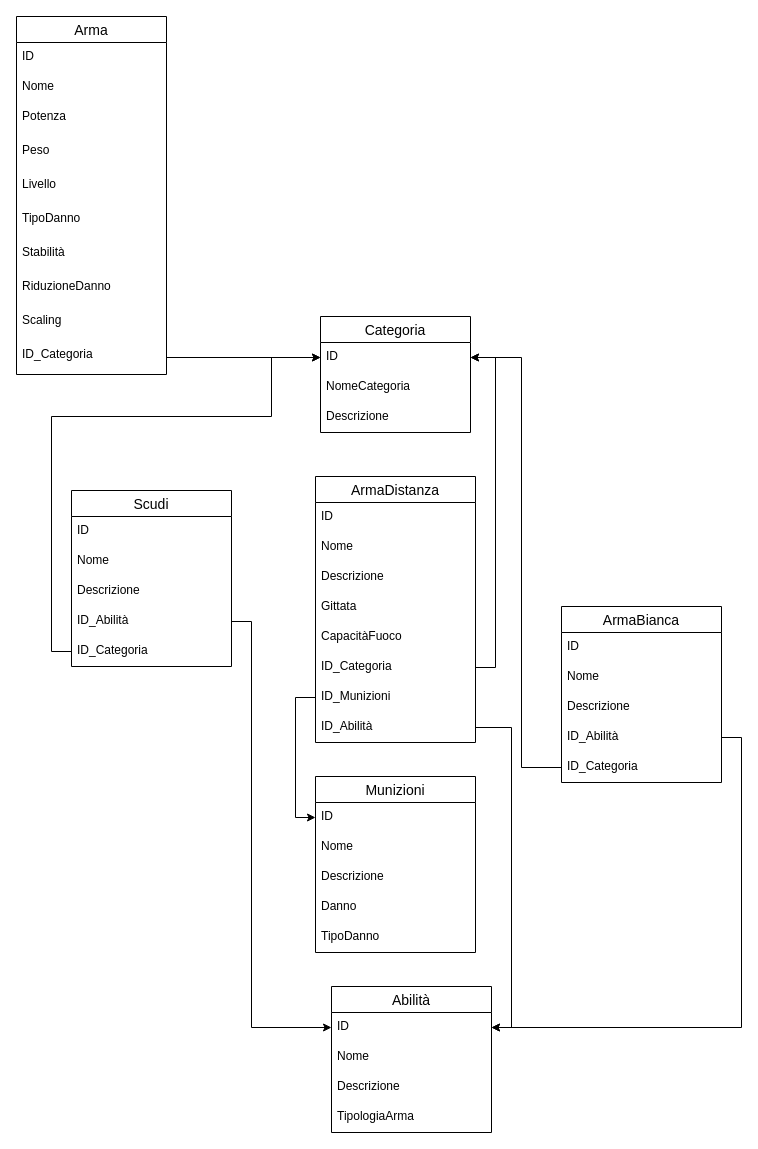
Earlier version of the draw.io diagram page "DIAGRAMMA LOGICO" (2 of 3) of resources/DIAGRAMMA_ARMI.drawio (mauromado/CatalogoSpade). Source tidied: cells renumbered, new cells numbered last; positions are measured from the earlier drawing's top-left corner, leaving out a move shared by most shapes. Both pictures are drawn from the tidied source at 100%, with x=0, y=0 at pixel (16, 16).
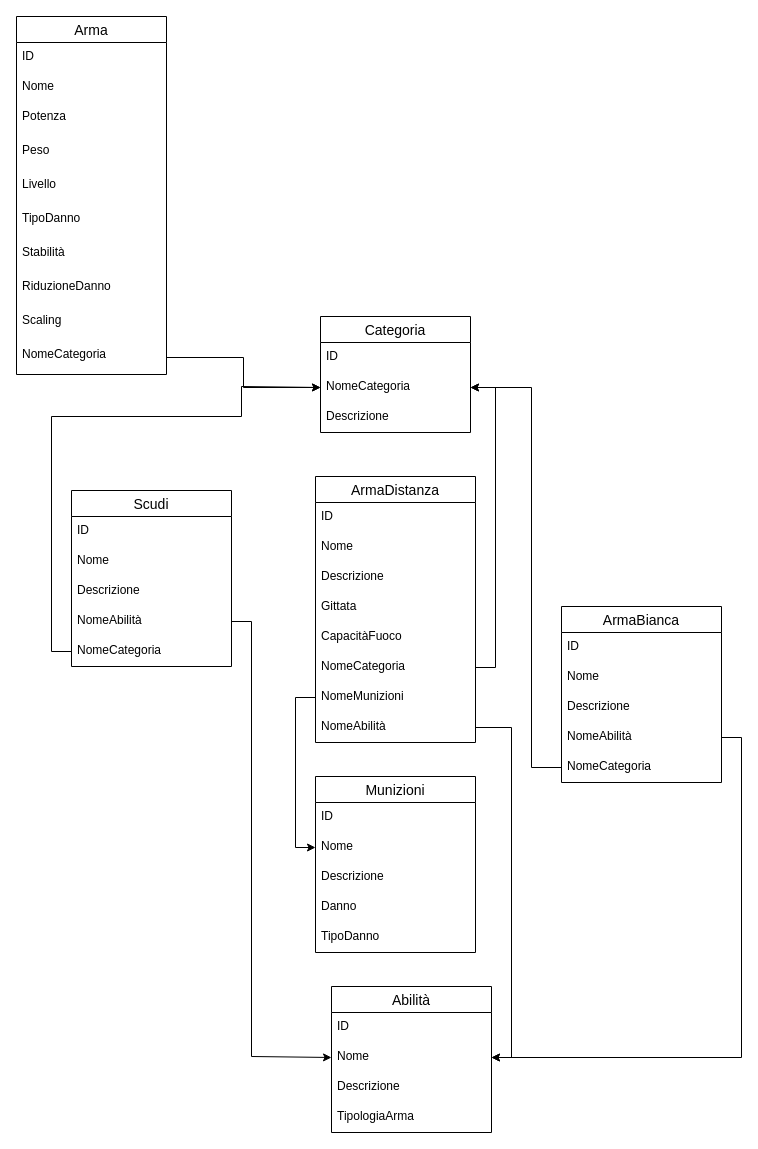
The same diagram, later.

Unchanged cells that the change refers to:
```xml
<mxCell id="2" value="Arma" style="swimlane;fontStyle=0;horizontal=1;startSize=26;align=center;fontSize=14;" parent="1" vertex="1">
  <mxGeometry width="150" height="358" as="geometry" />
</mxCell>
<mxCell id="14" value="ID" style="text;strokeColor=none;fillColor=none;spacingLeft=4;spacingRight=4;overflow=hidden;points=[[0,0.5],[1,0.5]];portConstraint=eastwest;fontSize=12;" parent="13" vertex="1">
  <mxGeometry y="26" width="150" height="30" as="geometry" />
</mxCell>
<mxCell id="15" value="NomeCategoria" style="text;strokeColor=none;fillColor=none;spacingLeft=4;spacingRight=4;overflow=hidden;points=[[0,0.5],[1,0.5]];portConstraint=eastwest;fontSize=12;" parent="13" vertex="1">
  <mxGeometry y="56" width="150" height="30" as="geometry" />
</mxCell>
<mxCell id="18" value="Scudi" style="swimlane;fontStyle=0;horizontal=1;startSize=26;align=center;fontSize=14;" parent="1" vertex="1">
  <mxGeometry x="55" y="474" width="160" height="176" as="geometry" />
</mxCell>
<mxCell id="24" value="ArmaBianca" style="swimlane;fontStyle=0;horizontal=1;startSize=26;align=center;fontSize=14;" parent="1" vertex="1">
  <mxGeometry x="545" y="590" width="160" height="176" as="geometry" />
</mxCell>
<mxCell id="30" value="ArmaDistanza" style="swimlane;fontStyle=0;horizontal=1;startSize=26;align=center;fontSize=14;" parent="1" vertex="1">
  <mxGeometry x="299" y="460" width="160" height="266" as="geometry" />
</mxCell>
<mxCell id="40" value="ID" style="text;strokeColor=none;fillColor=none;spacingLeft=4;spacingRight=4;overflow=hidden;points=[[0,0.5],[1,0.5]];portConstraint=eastwest;fontSize=12;" parent="39" vertex="1">
  <mxGeometry y="26" width="160" height="30" as="geometry" />
</mxCell>
<mxCell id="41" value="Nome" style="text;strokeColor=none;fillColor=none;spacingLeft=4;spacingRight=4;overflow=hidden;points=[[0,0.5],[1,0.5]];portConstraint=eastwest;fontSize=12;" parent="39" vertex="1">
  <mxGeometry y="56" width="160" height="30" as="geometry" />
</mxCell>
<mxCell id="47" value="ID" style="text;strokeColor=none;fillColor=none;spacingLeft=4;spacingRight=4;overflow=hidden;points=[[0,0.5],[1,0.5]];portConstraint=eastwest;fontSize=12;" parent="46" vertex="1">
  <mxGeometry y="26" width="160" height="30" as="geometry" />
</mxCell>
<mxCell id="48" value="Nome" style="text;strokeColor=none;fillColor=none;spacingLeft=4;spacingRight=4;overflow=hidden;points=[[0,0.5],[1,0.5]];portConstraint=eastwest;fontSize=12;" parent="46" vertex="1">
  <mxGeometry y="56" width="160" height="30" as="geometry" />
</mxCell>
```

Diff of the diagram source:
```diff
@@
-    <mxCell id="12" value="ID_Categoria" style="text;strokeColor=none;fillColor=none;spacingLeft=4;spacingRight=4;overflow=hidden;points=[[0,0.5],[1,0.5]];portConstraint=eastwest;fontSize=12;" parent="2" vertex="1">
+    <mxCell id="12" value="NomeCategoria" style="text;strokeColor=none;fillColor=none;spacingLeft=4;spacingRight=4;overflow=hidden;points=[[0,0.5],[1,0.5]];portConstraint=eastwest;fontSize=12;" parent="2" vertex="1">
       <mxGeometry y="324" width="150" height="34" as="geometry" />
     </mxCell>
@@
-    <mxCell id="17" style="edgeStyle=orthogonalEdgeStyle;rounded=0;jettySize=auto;html=1;entryX=0;entryY=0.5;entryDx=0;entryDy=0;" parent="1" edge="1" source="12" target="14">
-      <mxGeometry relative="1" as="geometry" />
+    <mxCell id="17" style="edgeStyle=orthogonalEdgeStyle;rounded=0;jettySize=auto;html=1;entryX=0;entryY=0.5;entryDx=0;entryDy=0;" parent="1" edge="1" source="12" target="15">
+      <mxGeometry relative="1" as="geometry">
+        <Array as="points">
+          <mxPoint x="227" y="341" />
+          <mxPoint x="227" y="371" />
+        </Array>
+      </mxGeometry>
     </mxCell>
@@
-    <mxCell id="22" value="ID_Abilità" style="text;strokeColor=none;fillColor=none;spacingLeft=4;spacingRight=4;overflow=hidden;points=[[0,0.5],[1,0.5]];portConstraint=eastwest;fontSize=12;" parent="18" vertex="1">
+    <mxCell id="22" value="NomeAbilità" style="text;strokeColor=none;fillColor=none;spacingLeft=4;spacingRight=4;overflow=hidden;points=[[0,0.5],[1,0.5]];portConstraint=eastwest;fontSize=12;" parent="18" vertex="1">
       <mxGeometry y="116" width="160" height="30" as="geometry" />
     </mxCell>
-    <mxCell id="23" value="ID_Categoria" style="text;strokeColor=none;fillColor=none;spacingLeft=4;spacingRight=4;overflow=hidden;points=[[0,0.5],[1,0.5]];portConstraint=eastwest;fontSize=12;" parent="18" vertex="1">
+    <mxCell id="23" value="NomeCategoria" style="text;strokeColor=none;fillColor=none;spacingLeft=4;spacingRight=4;overflow=hidden;points=[[0,0.5],[1,0.5]];portConstraint=eastwest;fontSize=12;" parent="18" vertex="1">
       <mxGeometry y="146" width="160" height="30" as="geometry" />
     </mxCell>
@@
-    <mxCell id="28" value="ID_Abilità" style="text;strokeColor=none;fillColor=none;spacingLeft=4;spacingRight=4;overflow=hidden;points=[[0,0.5],[1,0.5]];portConstraint=eastwest;fontSize=12;" parent="24" vertex="1">
+    <mxCell id="28" value="NomeAbilità" style="text;strokeColor=none;fillColor=none;spacingLeft=4;spacingRight=4;overflow=hidden;points=[[0,0.5],[1,0.5]];portConstraint=eastwest;fontSize=12;" parent="24" vertex="1">
       <mxGeometry y="116" width="160" height="30" as="geometry" />
     </mxCell>
-    <mxCell id="29" value="ID_Categoria" style="text;strokeColor=none;fillColor=none;spacingLeft=4;spacingRight=4;overflow=hidden;points=[[0,0.5],[1,0.5]];portConstraint=eastwest;fontSize=12;" parent="24" vertex="1">
+    <mxCell id="29" value="NomeCategoria" style="text;strokeColor=none;fillColor=none;spacingLeft=4;spacingRight=4;overflow=hidden;points=[[0,0.5],[1,0.5]];portConstraint=eastwest;fontSize=12;" parent="24" vertex="1">
       <mxGeometry y="146" width="160" height="30" as="geometry" />
     </mxCell>
@@
-    <mxCell id="36" value="ID_Categoria" style="text;strokeColor=none;fillColor=none;spacingLeft=4;spacingRight=4;overflow=hidden;points=[[0,0.5],[1,0.5]];portConstraint=eastwest;fontSize=12;" parent="30" vertex="1">
+    <mxCell id="36" value="NomeCategoria" style="text;strokeColor=none;fillColor=none;spacingLeft=4;spacingRight=4;overflow=hidden;points=[[0,0.5],[1,0.5]];portConstraint=eastwest;fontSize=12;" parent="30" vertex="1">
       <mxGeometry y="176" width="160" height="30" as="geometry" />
     </mxCell>
-    <mxCell id="37" value="ID_Munizioni" style="text;strokeColor=none;fillColor=none;spacingLeft=4;spacingRight=4;overflow=hidden;points=[[0,0.5],[1,0.5]];portConstraint=eastwest;fontSize=12;" parent="30" vertex="1">
+    <mxCell id="37" value="NomeMunizioni" style="text;strokeColor=none;fillColor=none;spacingLeft=4;spacingRight=4;overflow=hidden;points=[[0,0.5],[1,0.5]];portConstraint=eastwest;fontSize=12;" parent="30" vertex="1">
       <mxGeometry y="206" width="160" height="30" as="geometry" />
     </mxCell>
-    <mxCell id="38" value="ID_Abilità" style="text;strokeColor=none;fillColor=none;spacingLeft=4;spacingRight=4;overflow=hidden;points=[[0,0.5],[1,0.5]];portConstraint=eastwest;fontSize=12;" parent="30" vertex="1">
+    <mxCell id="38" value="NomeAbilità" style="text;strokeColor=none;fillColor=none;spacingLeft=4;spacingRight=4;overflow=hidden;points=[[0,0.5],[1,0.5]];portConstraint=eastwest;fontSize=12;" parent="30" vertex="1">
       <mxGeometry y="236" width="160" height="30" as="geometry" />
     </mxCell>
@@
-    <mxCell id="45" style="edgeStyle=orthogonalEdgeStyle;rounded=0;jettySize=auto;html=1;entryX=0;entryY=0.5;entryDx=0;entryDy=0;" parent="1" edge="1" source="37" target="40">
+    <mxCell id="45" style="edgeStyle=orthogonalEdgeStyle;rounded=0;jettySize=auto;html=1;entryX=0;entryY=0.5;entryDx=0;entryDy=0;" parent="1" edge="1" source="37" target="41">
       <mxGeometry relative="1" as="geometry" />
     </mxCell>
@@
-    <mxCell id="51" style="edgeStyle=orthogonalEdgeStyle;rounded=0;jettySize=auto;html=1;exitX=1;exitY=0.5;exitDx=0;exitDy=0;entryX=0;entryY=0.5;entryDx=0;entryDy=0;" parent="1" edge="1" source="22" target="47">
+    <mxCell id="51" style="edgeStyle=orthogonalEdgeStyle;rounded=0;jettySize=auto;html=1;exitX=1;exitY=0.5;exitDx=0;exitDy=0;entryX=0;entryY=0.5;entryDx=0;entryDy=0;" parent="1" edge="1" source="22" target="48">
       <mxGeometry relative="1" as="geometry">
         <Array as="points">
           <mxPoint x="235" y="605" />
-          <mxPoint x="235" y="1011" />
+          <mxPoint x="235" y="1040" />
         </Array>
       </mxGeometry>
     </mxCell>
-    <mxCell id="52" style="edgeStyle=orthogonalEdgeStyle;rounded=0;jettySize=auto;html=1;exitX=1;exitY=0.5;exitDx=0;exitDy=0;entryX=1;entryY=0.5;entryDx=0;entryDy=0;" parent="1" edge="1" source="38" target="47">
+    <mxCell id="52" style="edgeStyle=orthogonalEdgeStyle;rounded=0;jettySize=auto;html=1;exitX=1;exitY=0.5;exitDx=0;exitDy=0;entryX=1;entryY=0.5;entryDx=0;entryDy=0;" parent="1" edge="1" source="38" target="48">
       <mxGeometry relative="1" as="geometry" />
     </mxCell>
-    <mxCell id="53" style="edgeStyle=orthogonalEdgeStyle;rounded=0;jettySize=auto;html=1;exitX=1;exitY=0.5;exitDx=0;exitDy=0;entryX=1;entryY=0.5;entryDx=0;entryDy=0;" parent="1" edge="1" source="28" target="47">
+    <mxCell id="53" style="edgeStyle=orthogonalEdgeStyle;rounded=0;jettySize=auto;html=1;exitX=1;exitY=0.5;exitDx=0;exitDy=0;entryX=1;entryY=0.5;entryDx=0;entryDy=0;" parent="1" edge="1" source="28" target="48">
       <mxGeometry relative="1" as="geometry" />
     </mxCell>
-    <mxCell id="54" style="edgeStyle=orthogonalEdgeStyle;rounded=0;jettySize=auto;html=1;exitX=0;exitY=0.5;exitDx=0;exitDy=0;entryX=0;entryY=0.5;entryDx=0;entryDy=0;" parent="1" edge="1" source="23" target="14">
+    <mxCell id="54" style="edgeStyle=orthogonalEdgeStyle;rounded=0;jettySize=auto;html=1;exitX=0;exitY=0.5;exitDx=0;exitDy=0;entryX=0;entryY=0.5;entryDx=0;entryDy=0;" parent="1" edge="1" source="23" target="15">
       <mxGeometry relative="1" as="geometry">
         <Array as="points">
           <mxPoint x="35" y="635" />
           <mxPoint x="35" y="400" />
-          <mxPoint x="255" y="400" />
-          <mxPoint x="255" y="341" />
+          <mxPoint x="225" y="400" />
+          <mxPoint x="225" y="370" />
         </Array>
       </mxGeometry>
     </mxCell>
-    <mxCell id="55" style="edgeStyle=orthogonalEdgeStyle;rounded=0;jettySize=auto;html=1;exitX=1;exitY=0.5;exitDx=0;exitDy=0;entryX=1;entryY=0.5;entryDx=0;entryDy=0;" parent="1" edge="1" source="36" target="14">
+    <mxCell id="55" style="edgeStyle=orthogonalEdgeStyle;rounded=0;jettySize=auto;html=1;exitX=1;exitY=0.5;exitDx=0;exitDy=0;entryX=1;entryY=0.5;entryDx=0;entryDy=0;" parent="1" edge="1" source="36" target="15">
       <mxGeometry relative="1" as="geometry" />
     </mxCell>
-    <mxCell id="56" style="edgeStyle=orthogonalEdgeStyle;rounded=0;jettySize=auto;html=1;exitX=0;exitY=0.5;exitDx=0;exitDy=0;entryX=1;entryY=0.5;entryDx=0;entryDy=0;" parent="1" edge="1" source="29" target="14">
+    <mxCell id="56" style="edgeStyle=orthogonalEdgeStyle;rounded=0;jettySize=auto;html=1;exitX=0;exitY=0.5;exitDx=0;exitDy=0;entryX=1;entryY=0.5;entryDx=0;entryDy=0;" parent="1" edge="1" source="29" target="15">
       <mxGeometry relative="1" as="geometry">
         <Array as="points">
-          <mxPoint x="505" y="751" />
-          <mxPoint x="505" y="341" />
+          <mxPoint x="515" y="751" />
+          <mxPoint x="515" y="371" />
         </Array>
       </mxGeometry>
     </mxCell>
```
